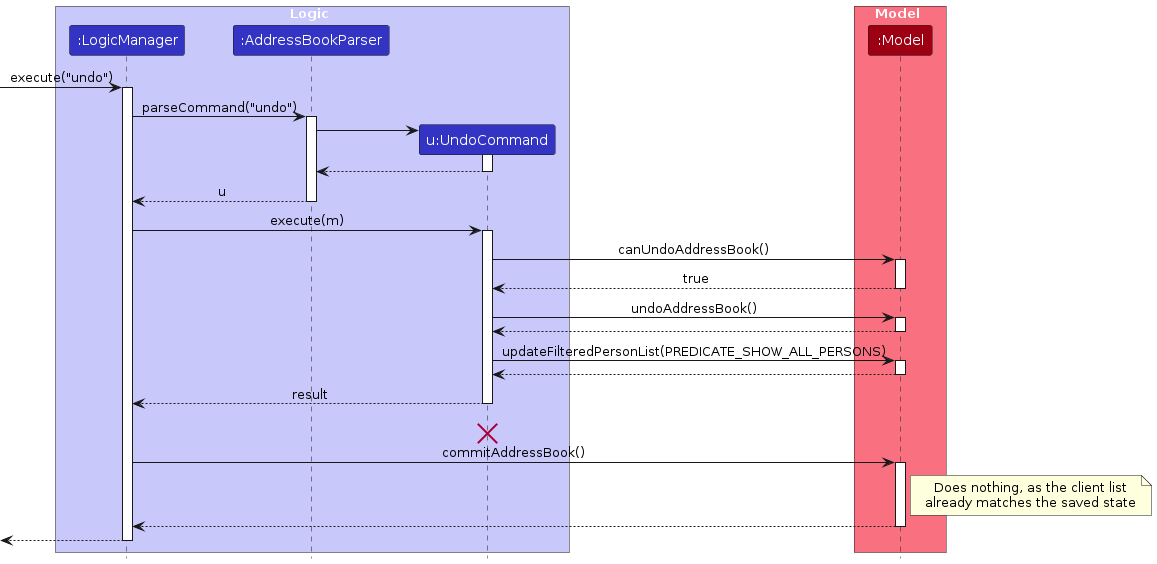
AY2627S1-CS2103T-T08-4/tp keeps this PlantUML diagram as diagrams/UndoSequenceDiagram-Logic.png. Above is the earlier version. Its source is kept beside it as diagrams/UndoSequenceDiagram-Logic.puml.
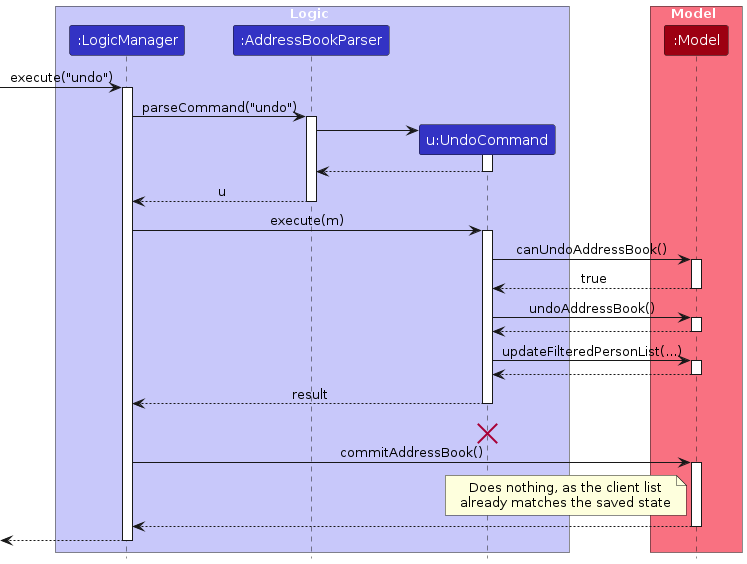
Above is the later version.

Diff of the diagram source:
```diff
@@ -42,7 +42,7 @@
 Model --> UndoCommand
 deactivate Model
 
-UndoCommand -> Model : updateFilteredPersonList(PREDICATE_SHOW_ALL_PERSONS)
+UndoCommand -> Model : updateFilteredPersonList(...)
 activate Model
 
 Model --> UndoCommand
@@ -56,7 +56,7 @@
 LogicManager -> Model : commitAddressBook()
 activate Model
 
-note right of Model : Does nothing, as the client list\nalready matches the saved state
+note left of Model : Does nothing, as the client list\nalready matches the saved state
 
 Model --> LogicManager
 deactivate Model
```
